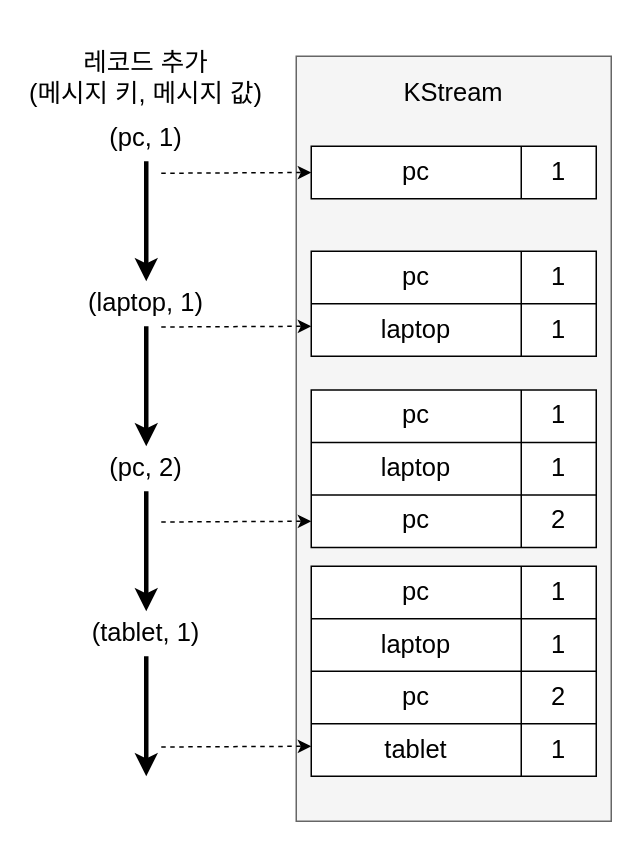
Above: drawio/kafka/kafka-streams-dsl-2.drawio in windowforsun/blog (draw.io), before the change. Source tidied: cells renumbered, new cells numbered last; positions are measured from the earlier drawing's top-left corner, leaving out a move shared by most shapes. Both pictures are drawn from the tidied source at 150%, with x=0, y=0 at pixel (26, 26).
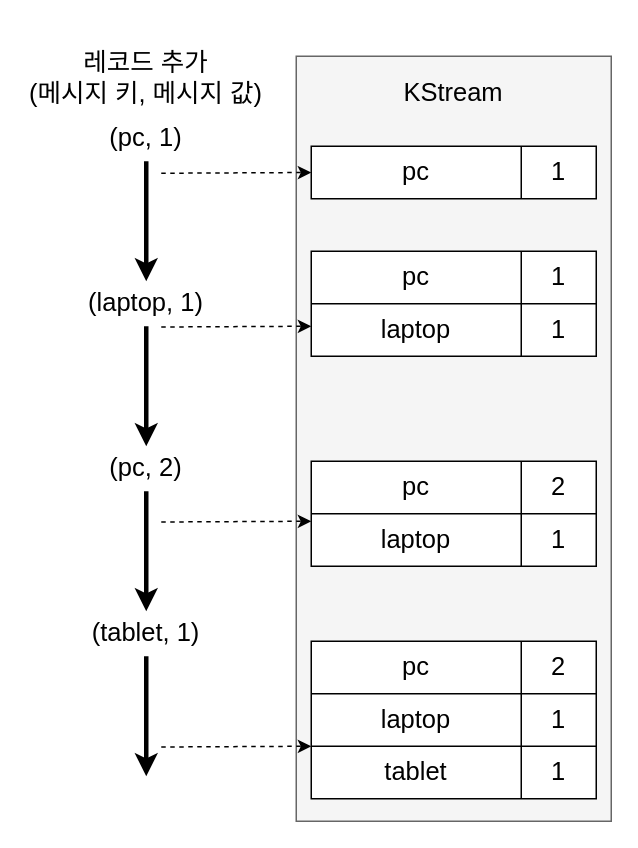
Above is the later version.

The change refers to these unchanged cells:
```xml
<mxCell id="25" style="shape=tableRow;horizontal=0;startSize=0;swimlaneHead=0;swimlaneBody=0;top=0;left=0;bottom=0;right=0;fillColor=none;fontSize=17;" parent="24" vertex="1">
  <mxGeometry width="190" height="35" as="geometry" />
</mxCell>
<mxCell id="35" style="shape=tableRow;horizontal=0;startSize=0;swimlaneHead=0;swimlaneBody=0;top=0;left=0;bottom=0;right=0;fillColor=none;fontSize=17;" parent="34" vertex="1">
  <mxGeometry width="190" height="35" as="geometry" />
</mxCell>
```

The edit, as a diff of the source:
```diff
@@
     <mxCell id="24" style="shape=table;html=1;whiteSpace=wrap;startSize=0;childLayout=tableLayout;fontSize=17;" parent="1" vertex="1">
-      <mxGeometry x="190" y="242.5" width="190" height="105" as="geometry" />
+      <mxGeometry x="190" y="290" width="190" height="70" as="geometry" />
     </mxCell>
@@
-    <mxCell id="27" value="1" style="shape=partialRectangle;html=1;whiteSpace=wrap;fillColor=none;top=0;left=0;bottom=0;right=0;overflow=hidden;fontSize=17;" parent="25" vertex="1">
+    <mxCell id="27" value="2" style="shape=partialRectangle;html=1;whiteSpace=wrap;fillColor=none;top=0;left=0;bottom=0;right=0;overflow=hidden;fontSize=17;" parent="25" vertex="1">
       <mxGeometry x="140" width="50" height="35" as="geometry" />
     </mxCell>
@@
-    <mxCell id="31" style="shape=tableRow;horizontal=0;startSize=0;swimlaneHead=0;swimlaneBody=0;top=0;left=0;bottom=0;right=0;fillColor=none;fontSize=17;" parent="24" vertex="1">
-      <mxGeometry y="70" width="190" height="35" as="geometry" />
-    </mxCell>
-    <mxCell id="32" value="pc" style="shape=partialRectangle;html=1;whiteSpace=wrap;fillColor=none;top=0;left=0;bottom=0;right=0;overflow=hidden;fontSize=17;" parent="31" vertex="1">
-      <mxGeometry width="140" height="35" as="geometry" />
-    </mxCell>
-    <mxCell id="33" value="2" style="shape=partialRectangle;html=1;whiteSpace=wrap;fillColor=none;top=0;left=0;bottom=0;right=0;overflow=hidden;fontSize=17;" parent="31" vertex="1">
-      <mxGeometry x="140" width="50" height="35" as="geometry" />
-    </mxCell>
     <mxCell id="34" style="shape=table;html=1;whiteSpace=wrap;startSize=0;childLayout=tableLayout;fontSize=17;" parent="1" vertex="1">
-      <mxGeometry x="190" y="360" width="190" height="140" as="geometry" />
+      <mxGeometry x="190" y="410" width="190" height="105" as="geometry" />
     </mxCell>
@@
-    <mxCell id="37" value="1" style="shape=partialRectangle;html=1;whiteSpace=wrap;fillColor=none;top=0;left=0;bottom=0;right=0;overflow=hidden;fontSize=17;" parent="35" vertex="1">
+    <mxCell id="37" value="2" style="shape=partialRectangle;html=1;whiteSpace=wrap;fillColor=none;top=0;left=0;bottom=0;right=0;overflow=hidden;fontSize=17;" parent="35" vertex="1">
       <mxGeometry x="140" width="50" height="35" as="geometry" />
     </mxCell>
@@
-    <mxCell id="41" style="shape=tableRow;horizontal=0;startSize=0;swimlaneHead=0;swimlaneBody=0;top=0;left=0;bottom=0;right=0;fillColor=none;fontSize=17;" parent="34" vertex="1">
-      <mxGeometry y="70" width="190" height="35" as="geometry" />
-    </mxCell>
-    <mxCell id="42" value="pc" style="shape=partialRectangle;html=1;whiteSpace=wrap;fillColor=none;top=0;left=0;bottom=0;right=0;overflow=hidden;fontSize=17;" parent="41" vertex="1">
-      <mxGeometry width="140" height="35" as="geometry" />
-    </mxCell>
-    <mxCell id="43" value="2" style="shape=partialRectangle;html=1;whiteSpace=wrap;fillColor=none;top=0;left=0;bottom=0;right=0;overflow=hidden;fontSize=17;" parent="41" vertex="1">
-      <mxGeometry x="140" width="50" height="35" as="geometry" />
-    </mxCell>
     <mxCell id="44" style="shape=tableRow;horizontal=0;startSize=0;swimlaneHead=0;swimlaneBody=0;top=0;left=0;bottom=0;right=0;fillColor=none;fontSize=17;" parent="34" vertex="1">
-      <mxGeometry y="105" width="190" height="35" as="geometry" />
+      <mxGeometry y="70" width="190" height="35" as="geometry" />
     </mxCell>
```
